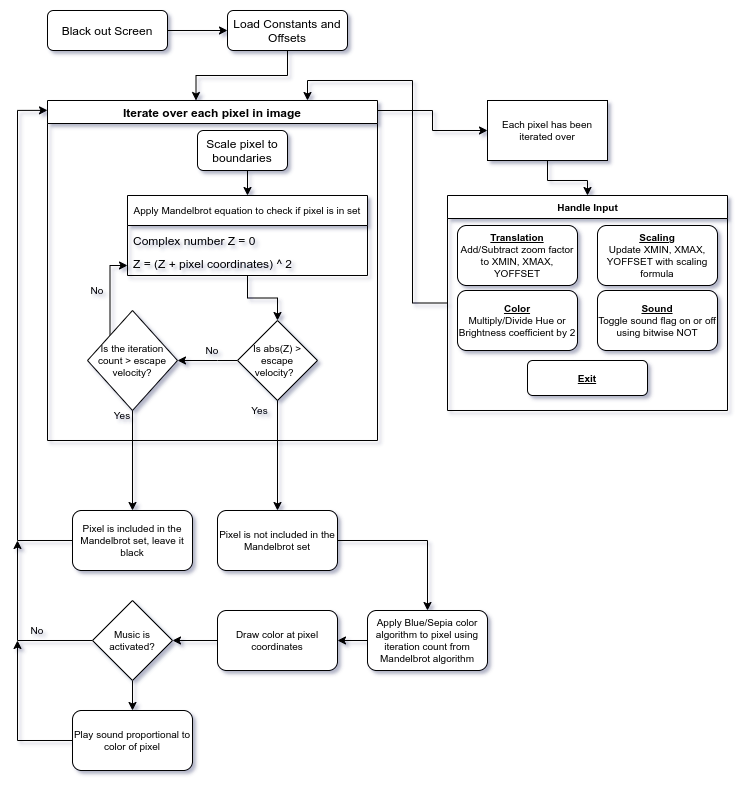
CharlesAverill/MIPSelbrot keeps this draw.io diagram as media/flowchart.png. Above is the earlier version. Source tidied: cells renumbered, new cells last; positions are measured from the earlier drawing's top-left corner, leaving out a move shared by most shapes.
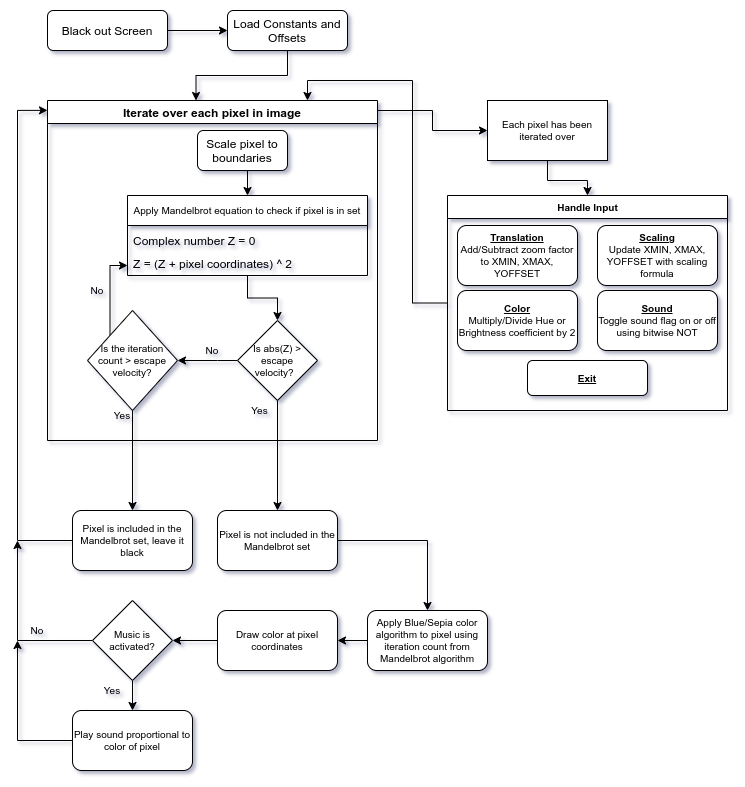
The same diagram one commit later.

Diff of the diagram source:
```diff
@@ -167,5 +167,8 @@
     <mxCell id="46" value="&lt;b&gt;&lt;u&gt;Exit&lt;/u&gt;&lt;/b&gt;" style="rounded=1;whiteSpace=wrap;html=1;fontSize=10;" parent="41" vertex="1">
       <mxGeometry x="80" y="165" width="120" height="35" as="geometry" />
     </mxCell>
+    <mxCell id="47" value="Yes" style="text;html=1;strokeColor=none;fillColor=none;align=center;verticalAlign=middle;whiteSpace=wrap;rounded=0;fontSize=10;" parent="1" vertex="1">
+      <mxGeometry x="75" y="670" width="40" height="20" as="geometry" />
+    </mxCell>
   </root>
 </mxGraphModel>
```
